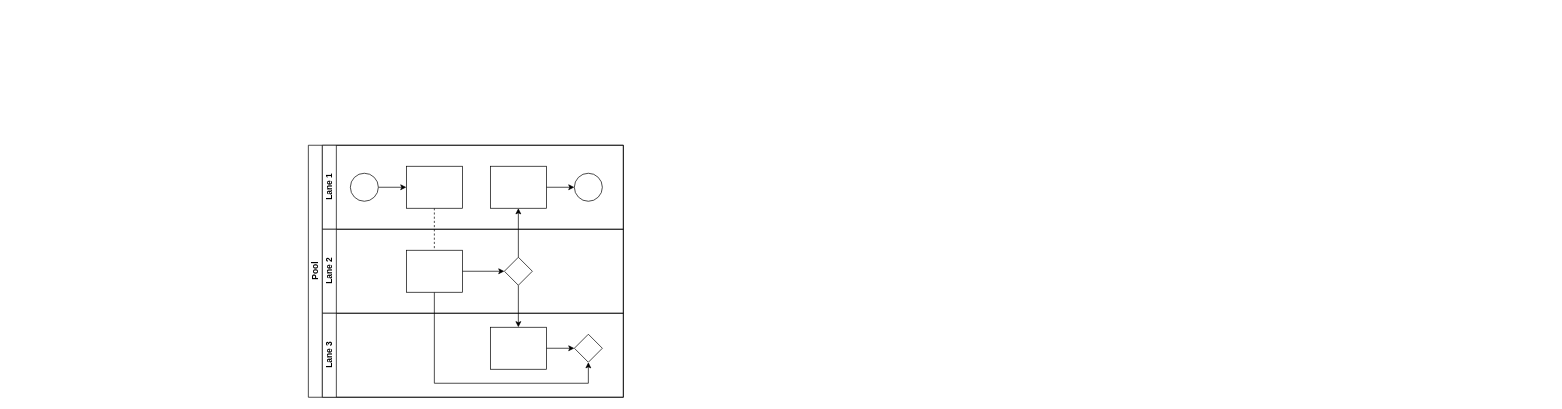
The draw.io diagram Untitled Diagram.drawio in international-salon-supplies/RFID-access-control-system, before the edit. Source tidied: cells renumbered, new cells numbered last; positions are measured from the earlier drawing's top-left corner, leaving out a move shared by most shapes. Both pictures are drawn from the tidied source at 70%, with x=0, y=0 at pixel (308, 145).
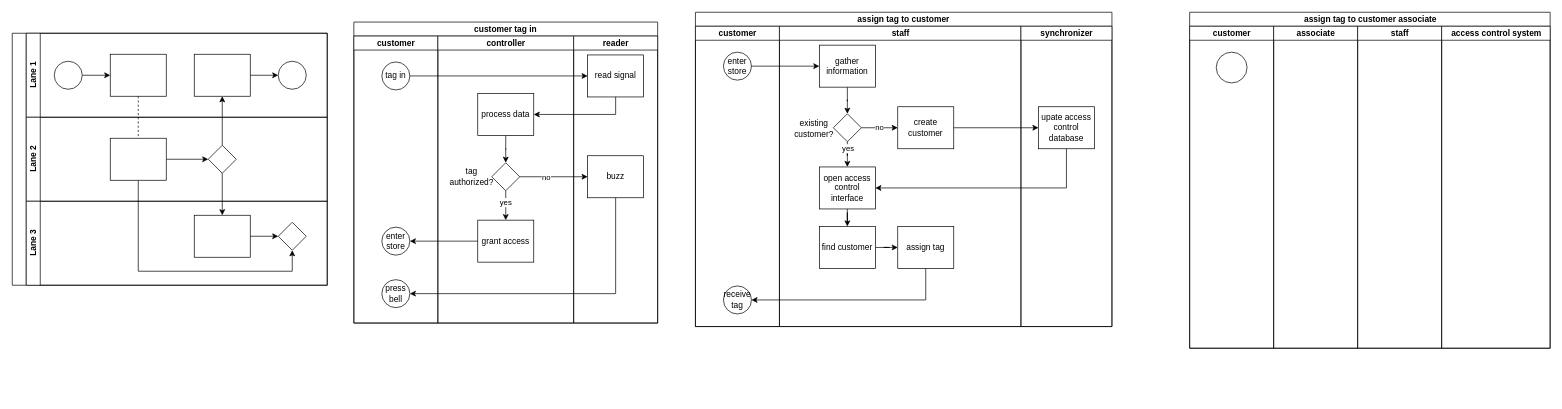
The same page after the edit.

Unchanged cells that the change refers to:
```xml
<mxCell id="9" style="ellipse;whiteSpace=wrap;html=1;" parent="7" vertex="1">
  <mxGeometry x="40" y="40" width="40" height="40" as="geometry" />
</mxCell>
<mxCell id="12" style="rounded=0;whiteSpace=wrap;html=1;fontFamily=Helvetica;fontSize=12;fontColor=#000000;align=center;" parent="7" vertex="1">
  <mxGeometry x="240" y="30" width="80" height="60" as="geometry" />
</mxCell>
<mxCell id="17" style="rhombus;whiteSpace=wrap;html=1;fontFamily=Helvetica;fontSize=12;fontColor=#000000;align=center;" parent="14" vertex="1">
  <mxGeometry x="260" y="40" width="40" height="40" as="geometry" />
</mxCell>
<mxCell id="20" style="rounded=0;whiteSpace=wrap;html=1;fontFamily=Helvetica;fontSize=12;fontColor=#000000;align=center;" parent="18" vertex="1">
  <mxGeometry x="240" y="20" width="80" height="60" as="geometry" />
</mxCell>
<mxCell id="21" style="rhombus;whiteSpace=wrap;html=1;fontFamily=Helvetica;fontSize=12;fontColor=#000000;align=center;" parent="18" vertex="1">
  <mxGeometry x="360" y="30" width="40" height="40" as="geometry" />
</mxCell>
```

The edit, as a diff of the source:
```diff
@@
-    <mxCell id="2" value="Pool" style="swimlane;html=1;horizontal=0;startSize=20;" parent="1" vertex="1">
-      <mxGeometry width="450" height="360" as="geometry" />
-    </mxCell>
-    <mxCell id="3" style="edgeStyle=orthogonalEdgeStyle;rounded=0;jettySize=auto;html=1;dashed=1;endArrow=none;endFill=0;" parent="2" edge="1" source="10" target="16">
-      <mxGeometry relative="1" as="geometry" />
-    </mxCell>
+    <mxCell id="22" value="customer tag in" style="swimlane;html=1;startSize=20;whiteSpace=wrap;" parent="1" vertex="1">
+      <mxGeometry x="65" y="-176" width="434" height="430" as="geometry" />
+    </mxCell>
+    <mxCell id="23" value="customer" style="swimlane;html=1;startSize=20;" parent="22" vertex="1">
+      <mxGeometry y="20" width="120" height="410" as="geometry" />
+    </mxCell>
+    <mxCell id="24" value="tag in" style="ellipse;whiteSpace=wrap;html=1;" parent="23" vertex="1">
+      <mxGeometry x="40" y="37" width="40" height="40" as="geometry" />
+    </mxCell>
+    <mxCell id="25" value="enter store" style="ellipse;whiteSpace=wrap;html=1;" parent="23" vertex="1">
+      <mxGeometry x="40" y="273" width="40" height="40" as="geometry" />
+    </mxCell>
+    <mxCell id="26" value="press bell" style="ellipse;whiteSpace=wrap;html=1;" parent="23" vertex="1">
+      <mxGeometry x="40" y="348" width="40" height="40" as="geometry" />
+    </mxCell>
+    <mxCell id="27" value="controller" style="swimlane;html=1;startSize=20;" parent="22" vertex="1">
+      <mxGeometry x="120" y="20" width="194" height="410" as="geometry" />
+    </mxCell>
+    <mxCell id="28" style="edgeStyle=orthogonalEdgeStyle;rounded=0;jettySize=auto;html=1;entryX=0.5;entryY=0;entryDx=0;entryDy=0;" parent="27" edge="1" source="29" target="32">
+      <mxGeometry relative="1" as="geometry" />
+    </mxCell>
+    <mxCell id="29" value="process data" style="rounded=0;whiteSpace=wrap;html=1;fontFamily=Helvetica;fontSize=12;fontColor=#000000;align=center;" parent="27" vertex="1">
+      <mxGeometry x="57" y="82" width="80" height="60" as="geometry" />
+    </mxCell>
+    <mxCell id="30" style="edgeStyle=orthogonalEdgeStyle;rounded=0;jettySize=auto;html=1;entryX=0.5;entryY=0;entryDx=0;entryDy=0;" parent="27" edge="1" source="32" target="34">
+      <mxGeometry relative="1" as="geometry" />
+    </mxCell>
+    <mxCell id="31" value="yes" style="edgeLabel;html=1;align=center;verticalAlign=middle;" parent="30" vertex="1">
+      <mxGeometry x="-0.24" y="-1" relative="1" as="geometry" />
+    </mxCell>
+    <mxCell id="32" style="rhombus;whiteSpace=wrap;html=1;fontFamily=Helvetica;fontSize=12;fontColor=#000000;align=center;" parent="27" vertex="1">
+      <mxGeometry x="77" y="181" width="40" height="40" as="geometry" />
+    </mxCell>
+    <mxCell id="33" value="tag &lt;br&gt;authorized?" style="text;html=1;align=center;verticalAlign=middle;strokeColor=none;fillColor=none;" parent="27" vertex="1">
+      <mxGeometry x="7" y="180.5" width="81" height="41" as="geometry" />
+    </mxCell>
+    <mxCell id="34" value="grant access" style="rounded=0;whiteSpace=wrap;html=1;fontFamily=Helvetica;fontSize=12;fontColor=#000000;align=center;" parent="27" vertex="1">
+      <mxGeometry x="57" y="263" width="80" height="60" as="geometry" />
+    </mxCell>
+    <mxCell id="35" value="reader" style="swimlane;html=1;startSize=20;" parent="22" vertex="1">
+      <mxGeometry x="314" y="20" width="120" height="410" as="geometry" />
+    </mxCell>
+    <mxCell id="36" value="read signal" style="rounded=0;whiteSpace=wrap;html=1;fontFamily=Helvetica;fontSize=12;fontColor=#000000;align=center;" parent="35" vertex="1">
+      <mxGeometry x="20" y="27" width="80" height="60" as="geometry" />
+    </mxCell>
+    <mxCell id="37" value="buzz" style="rounded=0;whiteSpace=wrap;html=1;fontFamily=Helvetica;fontSize=12;fontColor=#000000;align=center;" parent="35" vertex="1">
+      <mxGeometry x="20" y="171" width="80" height="60" as="geometry" />
+    </mxCell>
+    <mxCell id="38" style="edgeStyle=orthogonalEdgeStyle;rounded=0;jettySize=auto;html=1;" parent="22" edge="1" source="24" target="36">
+      <mxGeometry relative="1" as="geometry" />
+    </mxCell>
+    <mxCell id="39" style="edgeStyle=orthogonalEdgeStyle;rounded=0;jettySize=auto;html=1;" parent="22" edge="1" source="32" target="37">
+      <mxGeometry relative="1" as="geometry" />
+    </mxCell>
+    <mxCell id="40" value="no" style="edgeLabel;html=1;align=center;verticalAlign=middle;" parent="39" vertex="1">
+      <mxGeometry x="-0.24" relative="1" as="geometry" />
+    </mxCell>
+    <mxCell id="41" style="edgeStyle=orthogonalEdgeStyle;rounded=0;jettySize=auto;html=1;entryX=1;entryY=0.5;entryDx=0;entryDy=0;" parent="22" edge="1" source="34" target="25">
+      <mxGeometry relative="1" as="geometry" />
+    </mxCell>
+    <mxCell id="42" style="edgeStyle=orthogonalEdgeStyle;rounded=0;jettySize=auto;html=1;entryX=1;entryY=0.5;entryDx=0;entryDy=0;" parent="22" edge="1" source="37" target="26">
+      <mxGeometry relative="1" as="geometry">
+        <Array as="points">
+          <mxPoint x="374" y="388" />
+        </Array>
+      </mxGeometry>
+    </mxCell>
+    <mxCell id="43" style="edgeStyle=orthogonalEdgeStyle;rounded=0;jettySize=auto;html=1;" parent="22" edge="1" source="36" target="29">
+      <mxGeometry relative="1" as="geometry">
+        <Array as="points">
+          <mxPoint x="374" y="132" />
+        </Array>
+      </mxGeometry>
+    </mxCell>
+    <mxCell id="44" style="swimlane;html=1;horizontal=0;startSize=20;" parent="1" vertex="1">
+      <mxGeometry x="-423" y="-160" width="450" height="360" as="geometry" />
+    </mxCell>
+    <mxCell id="45" style="edgeStyle=orthogonalEdgeStyle;rounded=0;jettySize=auto;html=1;dashed=1;endArrow=none;endFill=0;" parent="44" edge="1" source="48" target="50">
+      <mxGeometry relative="1" as="geometry" />
+    </mxCell>
-    <mxCell id="4" style="edgeStyle=orthogonalEdgeStyle;rounded=0;jettySize=auto;html=1;endArrow=classic;endFill=1;" parent="2" edge="1" source="17" target="12">
+    <mxCell id="4" style="edgeStyle=orthogonalEdgeStyle;rounded=0;jettySize=auto;html=1;endArrow=classic;endFill=1;" parent="44" edge="1" source="17" target="12">
       <mxGeometry relative="1" as="geometry" />
     </mxCell>
-    <mxCell id="5" style="edgeStyle=orthogonalEdgeStyle;rounded=0;jettySize=auto;html=1;endArrow=classic;endFill=1;" parent="2" edge="1" source="17" target="20">
+    <mxCell id="5" style="edgeStyle=orthogonalEdgeStyle;rounded=0;jettySize=auto;html=1;endArrow=classic;endFill=1;" parent="44" edge="1" source="17" target="20">
       <mxGeometry relative="1" as="geometry" />
     </mxCell>
-    <mxCell id="6" style="edgeStyle=orthogonalEdgeStyle;rounded=0;jettySize=auto;html=1;endArrow=classic;endFill=1;" parent="2" edge="1" source="16" target="21">
-      <mxGeometry relative="1" as="geometry">
-        <Array as="points">
-          <mxPoint x="180" y="340" />
-          <mxPoint x="400" y="340" />
-        </Array>
-      </mxGeometry>
-    </mxCell>
+    <mxCell id="46" style="edgeStyle=orthogonalEdgeStyle;rounded=0;jettySize=auto;html=1;endArrow=classic;endFill=1;" parent="44" edge="1" source="50" target="21">
+      <mxGeometry relative="1" as="geometry">
+        <Array as="points">
+          <mxPoint x="180" y="340" />
+          <mxPoint x="400" y="340" />
+        </Array>
+      </mxGeometry>
+    </mxCell>
-    <mxCell id="7" value="Lane 1" style="swimlane;html=1;startSize=20;horizontal=0;" parent="2" vertex="1">
+    <mxCell id="7" value="Lane 1" style="swimlane;html=1;startSize=20;horizontal=0;" parent="44" vertex="1">
       <mxGeometry x="20" width="430" height="120" as="geometry" />
     </mxCell>
-    <mxCell id="8" style="edgeStyle=orthogonalEdgeStyle;rounded=0;jettySize=auto;html=1;" parent="7" edge="1" source="9" target="10">
-      <mxGeometry relative="1" as="geometry" />
-    </mxCell>
+    <mxCell id="47" style="edgeStyle=orthogonalEdgeStyle;rounded=0;jettySize=auto;html=1;" parent="7" edge="1" source="9" target="48">
+      <mxGeometry relative="1" as="geometry" />
+    </mxCell>
@@
-    <mxCell id="10" style="rounded=0;whiteSpace=wrap;html=1;fontFamily=Helvetica;fontSize=12;fontColor=#000000;align=center;" parent="7" vertex="1">
-      <mxGeometry x="120" y="30" width="80" height="60" as="geometry" />
-    </mxCell>
+    <mxCell id="48" style="rounded=0;whiteSpace=wrap;html=1;fontFamily=Helvetica;fontSize=12;fontColor=#000000;align=center;" parent="7" vertex="1">
+      <mxGeometry x="120" y="30" width="80" height="60" as="geometry" />
+    </mxCell>
@@
-    <mxCell id="14" value="Lane 2" style="swimlane;html=1;startSize=20;horizontal=0;" parent="2" vertex="1">
+    <mxCell id="14" value="Lane 2" style="swimlane;html=1;startSize=20;horizontal=0;" parent="44" vertex="1">
       <mxGeometry x="20" y="120" width="430" height="120" as="geometry" />
     </mxCell>
-    <mxCell id="15" style="edgeStyle=orthogonalEdgeStyle;rounded=0;jettySize=auto;html=1;endArrow=classic;endFill=1;" parent="14" edge="1" source="16" target="17">
-      <mxGeometry relative="1" as="geometry" />
-    </mxCell>
-    <mxCell id="16" style="rounded=0;whiteSpace=wrap;html=1;fontFamily=Helvetica;fontSize=12;fontColor=#000000;align=center;" parent="14" vertex="1">
-      <mxGeometry x="120" y="30" width="80" height="60" as="geometry" />
-    </mxCell>
+    <mxCell id="49" style="edgeStyle=orthogonalEdgeStyle;rounded=0;jettySize=auto;html=1;endArrow=classic;endFill=1;" parent="14" edge="1" source="50" target="17">
+      <mxGeometry relative="1" as="geometry" />
+    </mxCell>
+    <mxCell id="50" style="rounded=0;whiteSpace=wrap;html=1;fontFamily=Helvetica;fontSize=12;fontColor=#000000;align=center;" parent="14" vertex="1">
+      <mxGeometry x="120" y="30" width="80" height="60" as="geometry" />
+    </mxCell>
@@
-    <mxCell id="18" value="Lane 3" style="swimlane;html=1;startSize=20;horizontal=0;" parent="2" vertex="1">
+    <mxCell id="18" value="Lane 3" style="swimlane;html=1;startSize=20;horizontal=0;" parent="44" vertex="1">
       <mxGeometry x="20" y="240" width="430" height="120" as="geometry" />
     </mxCell>
@@
+    <mxCell id="51" value="assign tag to customer" style="swimlane;html=1;startSize=20;whiteSpace=wrap;" parent="1" vertex="1">
+      <mxGeometry x="553" y="-190" width="595" height="449" as="geometry" />
+    </mxCell>
+    <mxCell id="52" value="customer" style="swimlane;html=1;startSize=20;" parent="51" vertex="1">
+      <mxGeometry y="20" width="120" height="429" as="geometry" />
+    </mxCell>
+    <mxCell id="53" value="enter store" style="ellipse;whiteSpace=wrap;html=1;" parent="52" vertex="1">
+      <mxGeometry x="40" y="37" width="40" height="40" as="geometry" />
+    </mxCell>
+    <mxCell id="54" value="receive tag" style="ellipse;whiteSpace=wrap;html=1;" parent="52" vertex="1">
+      <mxGeometry x="40" y="371" width="40" height="40" as="geometry" />
+    </mxCell>
+    <mxCell id="55" value="staff" style="swimlane;html=1;startSize=20;" parent="51" vertex="1">
+      <mxGeometry x="120" y="20" width="345" height="429" as="geometry" />
+    </mxCell>
+    <mxCell id="56" style="edgeStyle=orthogonalEdgeStyle;rounded=0;jettySize=auto;html=1;entryX=0.5;entryY=0;entryDx=0;entryDy=0;" parent="55" edge="1" source="57" target="62">
+      <mxGeometry relative="1" as="geometry" />
+    </mxCell>
+    <mxCell id="57" value="gather information" style="rounded=0;whiteSpace=wrap;html=1;fontFamily=Helvetica;fontSize=12;fontColor=#000000;align=center;" parent="55" vertex="1">
+      <mxGeometry x="57" y="27" width="80" height="60" as="geometry" />
+    </mxCell>
+    <mxCell id="58" style="edgeStyle=orthogonalEdgeStyle;rounded=0;jettySize=auto;html=1;" parent="55" edge="1" source="62" target="64">
+      <mxGeometry relative="1" as="geometry" />
+    </mxCell>
+    <mxCell id="59" value="no" style="edgeLabel;html=1;align=center;verticalAlign=middle;" parent="58" vertex="1">
+      <mxGeometry x="0.3" y="1" relative="1" as="geometry">
+        <mxPoint x="-9" as="offset" />
+      </mxGeometry>
+    </mxCell>
+    <mxCell id="60" style="edgeStyle=orthogonalEdgeStyle;rounded=0;jettySize=auto;html=1;" parent="55" edge="1" source="62" target="68">
+      <mxGeometry relative="1" as="geometry" />
+    </mxCell>
+    <mxCell id="61" value="yes" style="edgeLabel;html=1;align=center;verticalAlign=middle;" parent="60" vertex="1">
+      <mxGeometry x="-0.75" relative="1" as="geometry">
+        <mxPoint y="3" as="offset" />
+      </mxGeometry>
+    </mxCell>
+    <mxCell id="62" style="rhombus;whiteSpace=wrap;html=1;fontFamily=Helvetica;fontSize=12;fontColor=#000000;align=center;" parent="55" vertex="1">
+      <mxGeometry x="77" y="125" width="40" height="40" as="geometry" />
+    </mxCell>
+    <mxCell id="63" value="existing &lt;br&gt;customer?" style="text;html=1;align=center;verticalAlign=middle;strokeColor=none;fillColor=none;" parent="55" vertex="1">
+      <mxGeometry x="12" y="125" width="74" height="41" as="geometry" />
+    </mxCell>
+    <mxCell id="64" value="create customer" style="rounded=0;whiteSpace=wrap;html=1;fontFamily=Helvetica;fontSize=12;fontColor=#000000;align=center;" parent="55" vertex="1">
+      <mxGeometry x="169" y="115" width="80" height="60" as="geometry" />
+    </mxCell>
+    <mxCell id="65" style="edgeStyle=orthogonalEdgeStyle;rounded=0;jettySize=auto;html=1;" parent="55" edge="1" source="66" target="69">
+      <mxGeometry relative="1" as="geometry" />
+    </mxCell>
+    <mxCell id="66" value="find customer" style="rounded=0;whiteSpace=wrap;html=1;fontFamily=Helvetica;fontSize=12;fontColor=#000000;align=center;" parent="55" vertex="1">
+      <mxGeometry x="57" y="286" width="80" height="60" as="geometry" />
+    </mxCell>
+    <mxCell id="67" style="edgeStyle=orthogonalEdgeStyle;rounded=0;jettySize=auto;html=1;" parent="55" edge="1" source="68" target="66">
+      <mxGeometry relative="1" as="geometry" />
+    </mxCell>
+    <mxCell id="68" value="open access control interface" style="rounded=0;whiteSpace=wrap;html=1;fontFamily=Helvetica;fontSize=12;fontColor=#000000;align=center;" parent="55" vertex="1">
+      <mxGeometry x="57" y="201" width="80" height="60" as="geometry" />
+    </mxCell>
+    <mxCell id="69" value="assign tag" style="rounded=0;whiteSpace=wrap;html=1;fontFamily=Helvetica;fontSize=12;fontColor=#000000;align=center;" parent="55" vertex="1">
+      <mxGeometry x="169" y="286" width="80" height="60" as="geometry" />
+    </mxCell>
+    <mxCell id="70" style="edgeStyle=orthogonalEdgeStyle;rounded=0;jettySize=auto;html=1;" parent="51" edge="1" source="53" target="57">
+      <mxGeometry relative="1" as="geometry" />
+    </mxCell>
+    <mxCell id="71" value="synchronizer" style="swimlane;html=1;startSize=20;" parent="51" vertex="1">
+      <mxGeometry x="465" y="20" width="130" height="429" as="geometry" />
+    </mxCell>
+    <mxCell id="72" value="upate access control database" style="rounded=0;whiteSpace=wrap;html=1;fontFamily=Helvetica;fontSize=12;fontColor=#000000;align=center;" parent="71" vertex="1">
+      <mxGeometry x="25" y="115" width="80" height="60" as="geometry" />
+    </mxCell>
+    <mxCell id="73" style="edgeStyle=orthogonalEdgeStyle;rounded=0;jettySize=auto;html=1;" parent="51" edge="1" source="64" target="72">
+      <mxGeometry relative="1" as="geometry" />
+    </mxCell>
+    <mxCell id="74" style="edgeStyle=orthogonalEdgeStyle;rounded=0;jettySize=auto;html=1;" parent="51" edge="1" source="72" target="68">
+      <mxGeometry relative="1" as="geometry">
+        <Array as="points">
+          <mxPoint x="530" y="251" />
+        </Array>
+      </mxGeometry>
+    </mxCell>
+    <mxCell id="75" style="edgeStyle=orthogonalEdgeStyle;rounded=0;jettySize=auto;html=1;" parent="51" edge="1" source="69" target="54">
+      <mxGeometry relative="1" as="geometry">
+        <Array as="points">
+          <mxPoint x="329" y="411" />
+        </Array>
+      </mxGeometry>
+    </mxCell>
+    <mxCell id="76" value="assign tag to customer associate" style="swimlane;startSize=20;html=1;" parent="1" vertex="1">
+      <mxGeometry x="1259" y="-190" width="515" height="480" as="geometry" />
+    </mxCell>
+    <mxCell id="77" value="customer" style="swimlane;startSize=20;html=1;" parent="76" vertex="1">
+      <mxGeometry y="20" width="120" height="460" as="geometry" />
+    </mxCell>
+    <mxCell id="78" style="ellipse;whiteSpace=wrap;html=1;" parent="77" vertex="1">
+      <mxGeometry x="38" y="37" width="44" height="44" as="geometry" />
+    </mxCell>
+    <mxCell id="79" value="associate" style="swimlane;startSize=20;html=1;" parent="76" vertex="1">
+      <mxGeometry x="120" y="20" width="120" height="460" as="geometry" />
+    </mxCell>
+    <mxCell id="80" value="staff" style="swimlane;startSize=20;html=1;" parent="76" vertex="1">
+      <mxGeometry x="240" y="20" width="120" height="460" as="geometry" />
+    </mxCell>
+    <mxCell id="81" value="access control system" style="swimlane;startSize=20;html=1;" parent="76" vertex="1">
+      <mxGeometry x="360" y="20" width="155" height="460" as="geometry" />
+    </mxCell>
```
